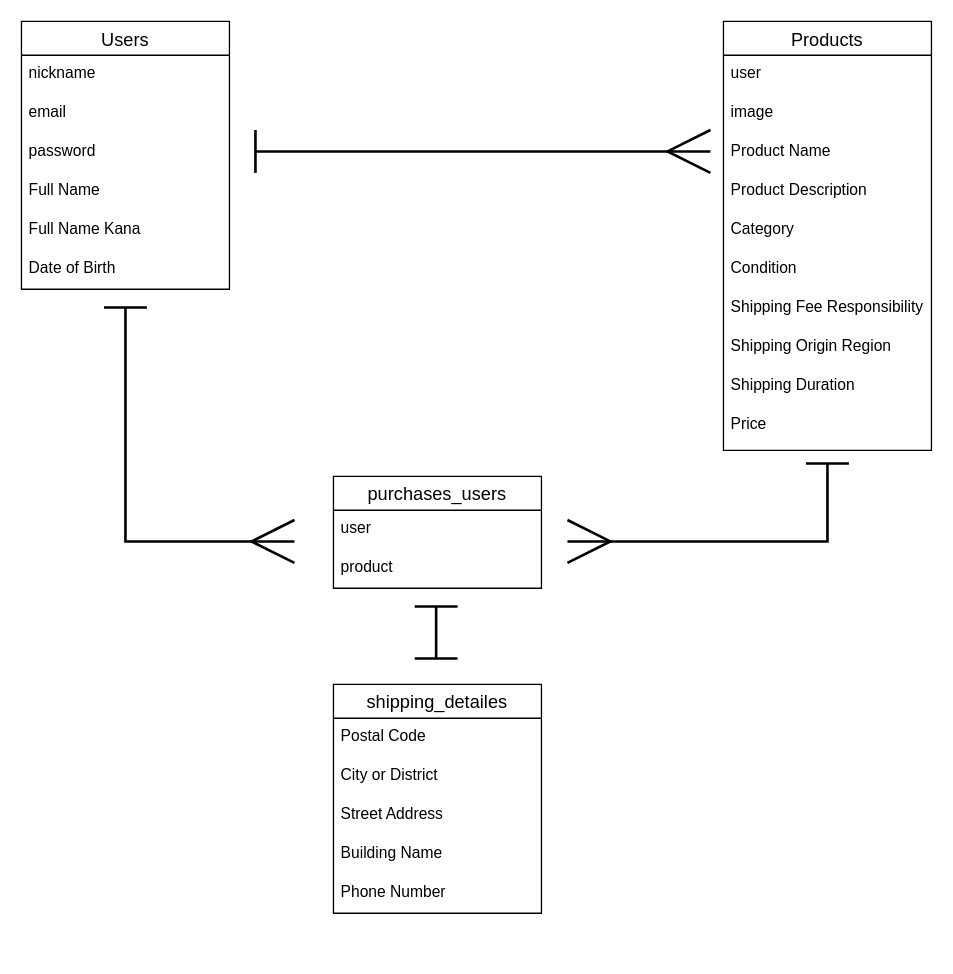
The draw.io diagram database.dio in x434goi8/furima-39835, before the edit. Source tidied: cells renumbered, new cells numbered last; positions are measured from the earlier drawing's top-left corner, leaving out a move shared by most shapes. Both pictures are drawn from the tidied source at 130%, with x=0, y=0 at pixel (21, 21).
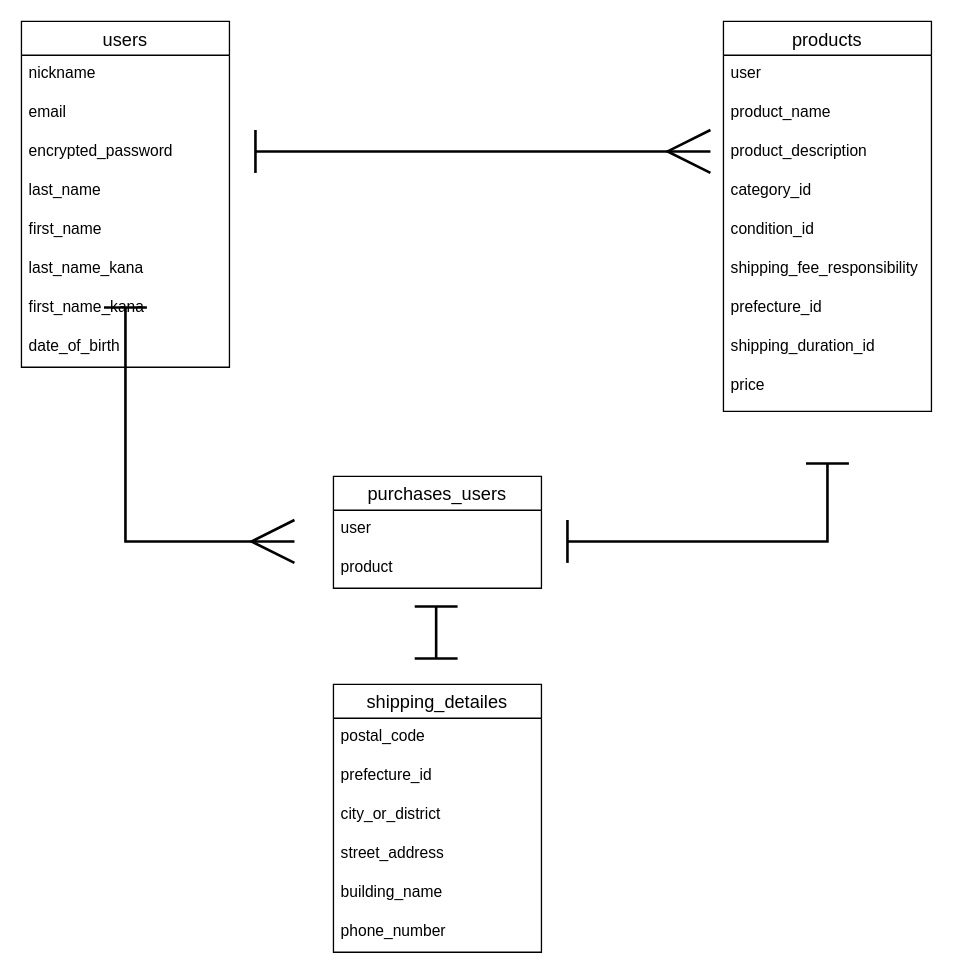
Above is the later version.

Commit message (it also covers changes not shown here):
データベース設計の修正

The edit, as a diff of the source:
```diff
@@
-    <mxCell id="2" value="Users" style="swimlane;fontStyle=0;horizontal=1;startSize=26;align=center;fontSize=14;" parent="1" vertex="1">
-      <mxGeometry width="160" height="206" as="geometry" />
+    <mxCell id="2" value="users" style="swimlane;fontStyle=0;horizontal=1;startSize=26;align=center;fontSize=14;" parent="1" vertex="1">
+      <mxGeometry width="160" height="266" as="geometry" />
     </mxCell>
@@
-    <mxCell id="5" value="password" style="text;strokeColor=none;fillColor=none;spacingLeft=4;spacingRight=4;overflow=hidden;fontSize=12;" parent="2" vertex="1">
+    <mxCell id="5" value="encrypted_password" style="text;strokeColor=none;fillColor=none;spacingLeft=4;spacingRight=4;overflow=hidden;fontSize=12;" parent="2" vertex="1">
       <mxGeometry y="86" width="160" height="30" as="geometry" />
     </mxCell>
-    <mxCell id="6" value="Full Name" style="text;strokeColor=none;fillColor=none;spacingLeft=4;spacingRight=4;overflow=hidden;fontSize=12;" parent="2" vertex="1">
+    <mxCell id="6" value="last_name" style="text;strokeColor=none;fillColor=none;spacingLeft=4;spacingRight=4;overflow=hidden;fontSize=12;" parent="2" vertex="1">
       <mxGeometry y="116" width="160" height="30" as="geometry" />
     </mxCell>
-    <mxCell id="7" value="Full Name Kana" style="text;strokeColor=none;fillColor=none;spacingLeft=4;spacingRight=4;overflow=hidden;fontSize=12;" parent="2" vertex="1">
-      <mxGeometry y="146" width="160" height="30" as="geometry" />
-    </mxCell>
+    <mxCell id="33" value="first_name" style="text;strokeColor=none;fillColor=none;spacingLeft=4;spacingRight=4;overflow=hidden;fontSize=12;" parent="2" vertex="1">
+      <mxGeometry y="146" width="160" height="30" as="geometry" />
+    </mxCell>
+    <mxCell id="34" value="last_name_kana" style="text;strokeColor=none;fillColor=none;spacingLeft=4;spacingRight=4;overflow=hidden;fontSize=12;" parent="2" vertex="1">
+      <mxGeometry y="176" width="160" height="30" as="geometry" />
+    </mxCell>
+    <mxCell id="35" value="first_name_kana" style="text;strokeColor=none;fillColor=none;spacingLeft=4;spacingRight=4;overflow=hidden;fontSize=12;" parent="2" vertex="1">
+      <mxGeometry y="206" width="160" height="30" as="geometry" />
+    </mxCell>
-    <mxCell id="8" value="Date of Birth" style="text;strokeColor=none;fillColor=none;spacingLeft=4;spacingRight=4;overflow=hidden;fontSize=12;" parent="2" vertex="1">
-      <mxGeometry y="176" width="160" height="30" as="geometry" />
+    <mxCell id="8" value="date_of_birth" style="text;strokeColor=none;fillColor=none;spacingLeft=4;spacingRight=4;overflow=hidden;fontSize=12;" parent="2" vertex="1">
+      <mxGeometry y="236" width="160" height="30" as="geometry" />
     </mxCell>
-    <mxCell id="9" value="Products" style="swimlane;fontStyle=0;horizontal=1;startSize=26;align=center;fontSize=14;" parent="1" vertex="1">
-      <mxGeometry x="540" width="160" height="330" as="geometry" />
+    <mxCell id="9" value="products" style="swimlane;fontStyle=0;horizontal=1;startSize=26;align=center;fontSize=14;" parent="1" vertex="1">
+      <mxGeometry x="540" width="160" height="300" as="geometry" />
     </mxCell>
@@
-    <mxCell id="11" value="image" style="text;strokeColor=none;fillColor=none;spacingLeft=4;spacingRight=4;overflow=hidden;fontSize=12;" parent="9" vertex="1">
-      <mxGeometry y="56" width="160" height="30" as="geometry" />
-    </mxCell>
-    <mxCell id="12" value="Product Name" style="text;strokeColor=none;fillColor=none;spacingLeft=4;spacingRight=4;overflow=hidden;fontSize=12;" parent="9" vertex="1">
-      <mxGeometry y="86" width="160" height="30" as="geometry" />
+    <mxCell id="12" value="product_name" style="text;strokeColor=none;fillColor=none;spacingLeft=4;spacingRight=4;overflow=hidden;fontSize=12;" parent="9" vertex="1">
+      <mxGeometry y="56" width="160" height="30" as="geometry" />
     </mxCell>
-    <mxCell id="13" value="Product Description" style="text;strokeColor=none;fillColor=none;spacingLeft=4;spacingRight=4;overflow=hidden;fontSize=12;" parent="9" vertex="1">
-      <mxGeometry y="116" width="160" height="30" as="geometry" />
+    <mxCell id="13" value="product_description" style="text;strokeColor=none;fillColor=none;spacingLeft=4;spacingRight=4;overflow=hidden;fontSize=12;" parent="9" vertex="1">
+      <mxGeometry y="86" width="160" height="30" as="geometry" />
     </mxCell>
-    <mxCell id="14" value="Category" style="text;strokeColor=none;fillColor=none;spacingLeft=4;spacingRight=4;overflow=hidden;fontSize=12;" parent="9" vertex="1">
-      <mxGeometry y="146" width="160" height="30" as="geometry" />
+    <mxCell id="14" value="category_id" style="text;strokeColor=none;fillColor=none;spacingLeft=4;spacingRight=4;overflow=hidden;fontSize=12;" parent="9" vertex="1">
+      <mxGeometry y="116" width="160" height="30" as="geometry" />
     </mxCell>
-    <mxCell id="15" value="Condition" style="text;strokeColor=none;fillColor=none;spacingLeft=4;spacingRight=4;overflow=hidden;fontSize=12;" parent="9" vertex="1">
-      <mxGeometry y="176" width="160" height="30" as="geometry" />
+    <mxCell id="15" value="condition_id" style="text;strokeColor=none;fillColor=none;spacingLeft=4;spacingRight=4;overflow=hidden;fontSize=12;" parent="9" vertex="1">
+      <mxGeometry y="146" width="160" height="30" as="geometry" />
     </mxCell>
-    <mxCell id="16" value="Shipping Fee Responsibility" style="text;strokeColor=none;fillColor=none;spacingLeft=4;spacingRight=4;overflow=hidden;fontSize=12;" parent="9" vertex="1">
-      <mxGeometry y="206" width="160" height="30" as="geometry" />
+    <mxCell id="16" value="shipping_fee_responsibility" style="text;strokeColor=none;fillColor=none;spacingLeft=4;spacingRight=4;overflow=hidden;fontSize=12;" parent="9" vertex="1">
+      <mxGeometry y="176" width="160" height="30" as="geometry" />
     </mxCell>
-    <mxCell id="17" value="Shipping Origin Region" style="text;strokeColor=none;fillColor=none;spacingLeft=4;spacingRight=4;overflow=hidden;fontSize=12;" parent="9" vertex="1">
-      <mxGeometry y="236" width="160" height="30" as="geometry" />
+    <mxCell id="17" value="prefecture_id" style="text;strokeColor=none;fillColor=none;spacingLeft=4;spacingRight=4;overflow=hidden;fontSize=12;" parent="9" vertex="1">
+      <mxGeometry y="206" width="160" height="30" as="geometry" />
     </mxCell>
-    <mxCell id="18" value="Shipping Duration" style="text;strokeColor=none;fillColor=none;spacingLeft=4;spacingRight=4;overflow=hidden;fontSize=12;" parent="9" vertex="1">
-      <mxGeometry y="266" width="160" height="30" as="geometry" />
+    <mxCell id="18" value="shipping_duration_id" style="text;strokeColor=none;fillColor=none;spacingLeft=4;spacingRight=4;overflow=hidden;fontSize=12;" parent="9" vertex="1">
+      <mxGeometry y="236" width="160" height="30" as="geometry" />
     </mxCell>
-    <mxCell id="19" value="Price" style="text;strokeColor=none;fillColor=none;spacingLeft=4;spacingRight=4;overflow=hidden;fontSize=12;" parent="9" vertex="1">
-      <mxGeometry y="296" width="160" height="34" as="geometry" />
+    <mxCell id="19" value="price" style="text;strokeColor=none;fillColor=none;spacingLeft=4;spacingRight=4;overflow=hidden;fontSize=12;" parent="9" vertex="1">
+      <mxGeometry y="266" width="160" height="34" as="geometry" />
     </mxCell>
     <mxCell id="20" value="shipping_detailes" style="swimlane;fontStyle=0;horizontal=1;startSize=26;align=center;fontSize=14;" parent="1" vertex="1">
-      <mxGeometry x="240" y="510" width="160" height="176" as="geometry" />
+      <mxGeometry x="240" y="510" width="160" height="206" as="geometry" />
     </mxCell>
-    <mxCell id="21" value="Postal Code" style="text;strokeColor=none;fillColor=none;spacingLeft=4;spacingRight=4;overflow=hidden;fontSize=12;" parent="20" vertex="1">
+    <mxCell id="21" value="postal_code" style="text;strokeColor=none;fillColor=none;spacingLeft=4;spacingRight=4;overflow=hidden;fontSize=12;" parent="20" vertex="1">
       <mxGeometry y="26" width="160" height="30" as="geometry" />
     </mxCell>
+    <mxCell id="36" value="prefecture_id" style="text;strokeColor=none;fillColor=none;spacingLeft=4;spacingRight=4;overflow=hidden;fontSize=12;" parent="20" vertex="1">
+      <mxGeometry y="56" width="160" height="30" as="geometry" />
+    </mxCell>
-    <mxCell id="22" value="City or District" style="text;strokeColor=none;fillColor=none;spacingLeft=4;spacingRight=4;overflow=hidden;fontSize=12;" parent="20" vertex="1">
-      <mxGeometry y="56" width="160" height="30" as="geometry" />
+    <mxCell id="22" value="city_or_district" style="text;strokeColor=none;fillColor=none;spacingLeft=4;spacingRight=4;overflow=hidden;fontSize=12;" parent="20" vertex="1">
+      <mxGeometry y="86" width="160" height="30" as="geometry" />
     </mxCell>
-    <mxCell id="23" value="Street Address" style="text;strokeColor=none;fillColor=none;spacingLeft=4;spacingRight=4;overflow=hidden;fontSize=12;" parent="20" vertex="1">
-      <mxGeometry y="86" width="160" height="30" as="geometry" />
+    <mxCell id="23" value="street_address" style="text;strokeColor=none;fillColor=none;spacingLeft=4;spacingRight=4;overflow=hidden;fontSize=12;" parent="20" vertex="1">
+      <mxGeometry y="116" width="160" height="30" as="geometry" />
     </mxCell>
-    <mxCell id="24" value="Building Name" style="text;strokeColor=none;fillColor=none;spacingLeft=4;spacingRight=4;overflow=hidden;fontSize=12;" parent="20" vertex="1">
-      <mxGeometry y="116" width="160" height="30" as="geometry" />
+    <mxCell id="24" value="building_name" style="text;strokeColor=none;fillColor=none;spacingLeft=4;spacingRight=4;overflow=hidden;fontSize=12;" parent="20" vertex="1">
+      <mxGeometry y="146" width="160" height="30" as="geometry" />
     </mxCell>
-    <mxCell id="25" value="Phone Number" style="text;strokeColor=none;fillColor=none;spacingLeft=4;spacingRight=4;overflow=hidden;fontSize=12;" parent="20" vertex="1">
-      <mxGeometry y="146" width="160" height="30" as="geometry" />
+    <mxCell id="25" value="phone_number" style="text;strokeColor=none;fillColor=none;spacingLeft=4;spacingRight=4;overflow=hidden;fontSize=12;" parent="20" vertex="1">
+      <mxGeometry y="176" width="160" height="30" as="geometry" />
     </mxCell>
@@
-    <mxCell id="28" style="endArrow=ERmany;html=1;rounded=0;strokeWidth=2;startSize=30;endSize=30;targetPerimeterSpacing=0;edgeStyle=orthogonalEdgeStyle;startArrow=baseDash;startFill=0;endFill=0;" parent="1" edge="1">
+    <mxCell id="28" style="endArrow=baseDash;html=1;rounded=0;strokeWidth=2;startSize=30;endSize=30;targetPerimeterSpacing=0;edgeStyle=orthogonalEdgeStyle;startArrow=baseDash;startFill=0;endFill=0;" parent="1" edge="1">
       <mxGeometry relative="1" as="geometry">
         <mxPoint x="620" y="340" as="sourcePoint" />
         <mxPoint x="420" y="400" as="targetPoint" />
         <Array as="points">
           <mxPoint x="620" y="400" />
           <mxPoint x="530" y="400" />
         </Array>
       </mxGeometry>
     </mxCell>
```
